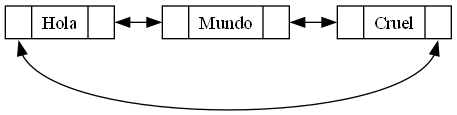
Before: reportes/Lista_Doble_IDSolicitante.png, a diagram exported from Graphviz (SebastianVelasquezValle/IPC2_ProyectoVD2024_-202300580). Its source is kept beside it as reportesdot/Lista_Doble_IDSolicitante.dot. Its diagram source:
```dot
digraph G {
    rankdir=LR;
    node[shape=record, height=.1]
    nodo0[label="{<f1>|Hola|<f2>}"];
nodo1[label="{<f1>|Mundo|<f2>}"];
nodo2[label="{<f1>|Cruel|<f2>}"];
nodo0:f2 -> nodo1:f1[dir=both];
nodo1:f2 -> nodo2:f1[dir=both];
nodo0:f1 -> nodo2:f2 [dir=both constraint=false];
}
```
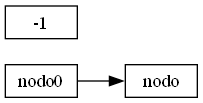
Later version of the same file.

Change to the diagram source:
```diff
@@ -1,10 +1,5 @@
 digraph G {
     rankdir=LR;
     node[shape=record, height=.1]
-    nodo0[label="{<f1>|Hola|<f2>}"];
-nodo1[label="{<f1>|Mundo|<f2>}"];
-nodo2[label="{<f1>|Cruel|<f2>}"];
-nodo0:f2 -> nodo1:f1[dir=both];
-nodo1:f2 -> nodo2:f1[dir=both];
-nodo0:f1 -> nodo2:f2 [dir=both constraint=false];
+    nodo0:f1 -> nodo-1:f2 [dir=both constraint=false];
 }
```
